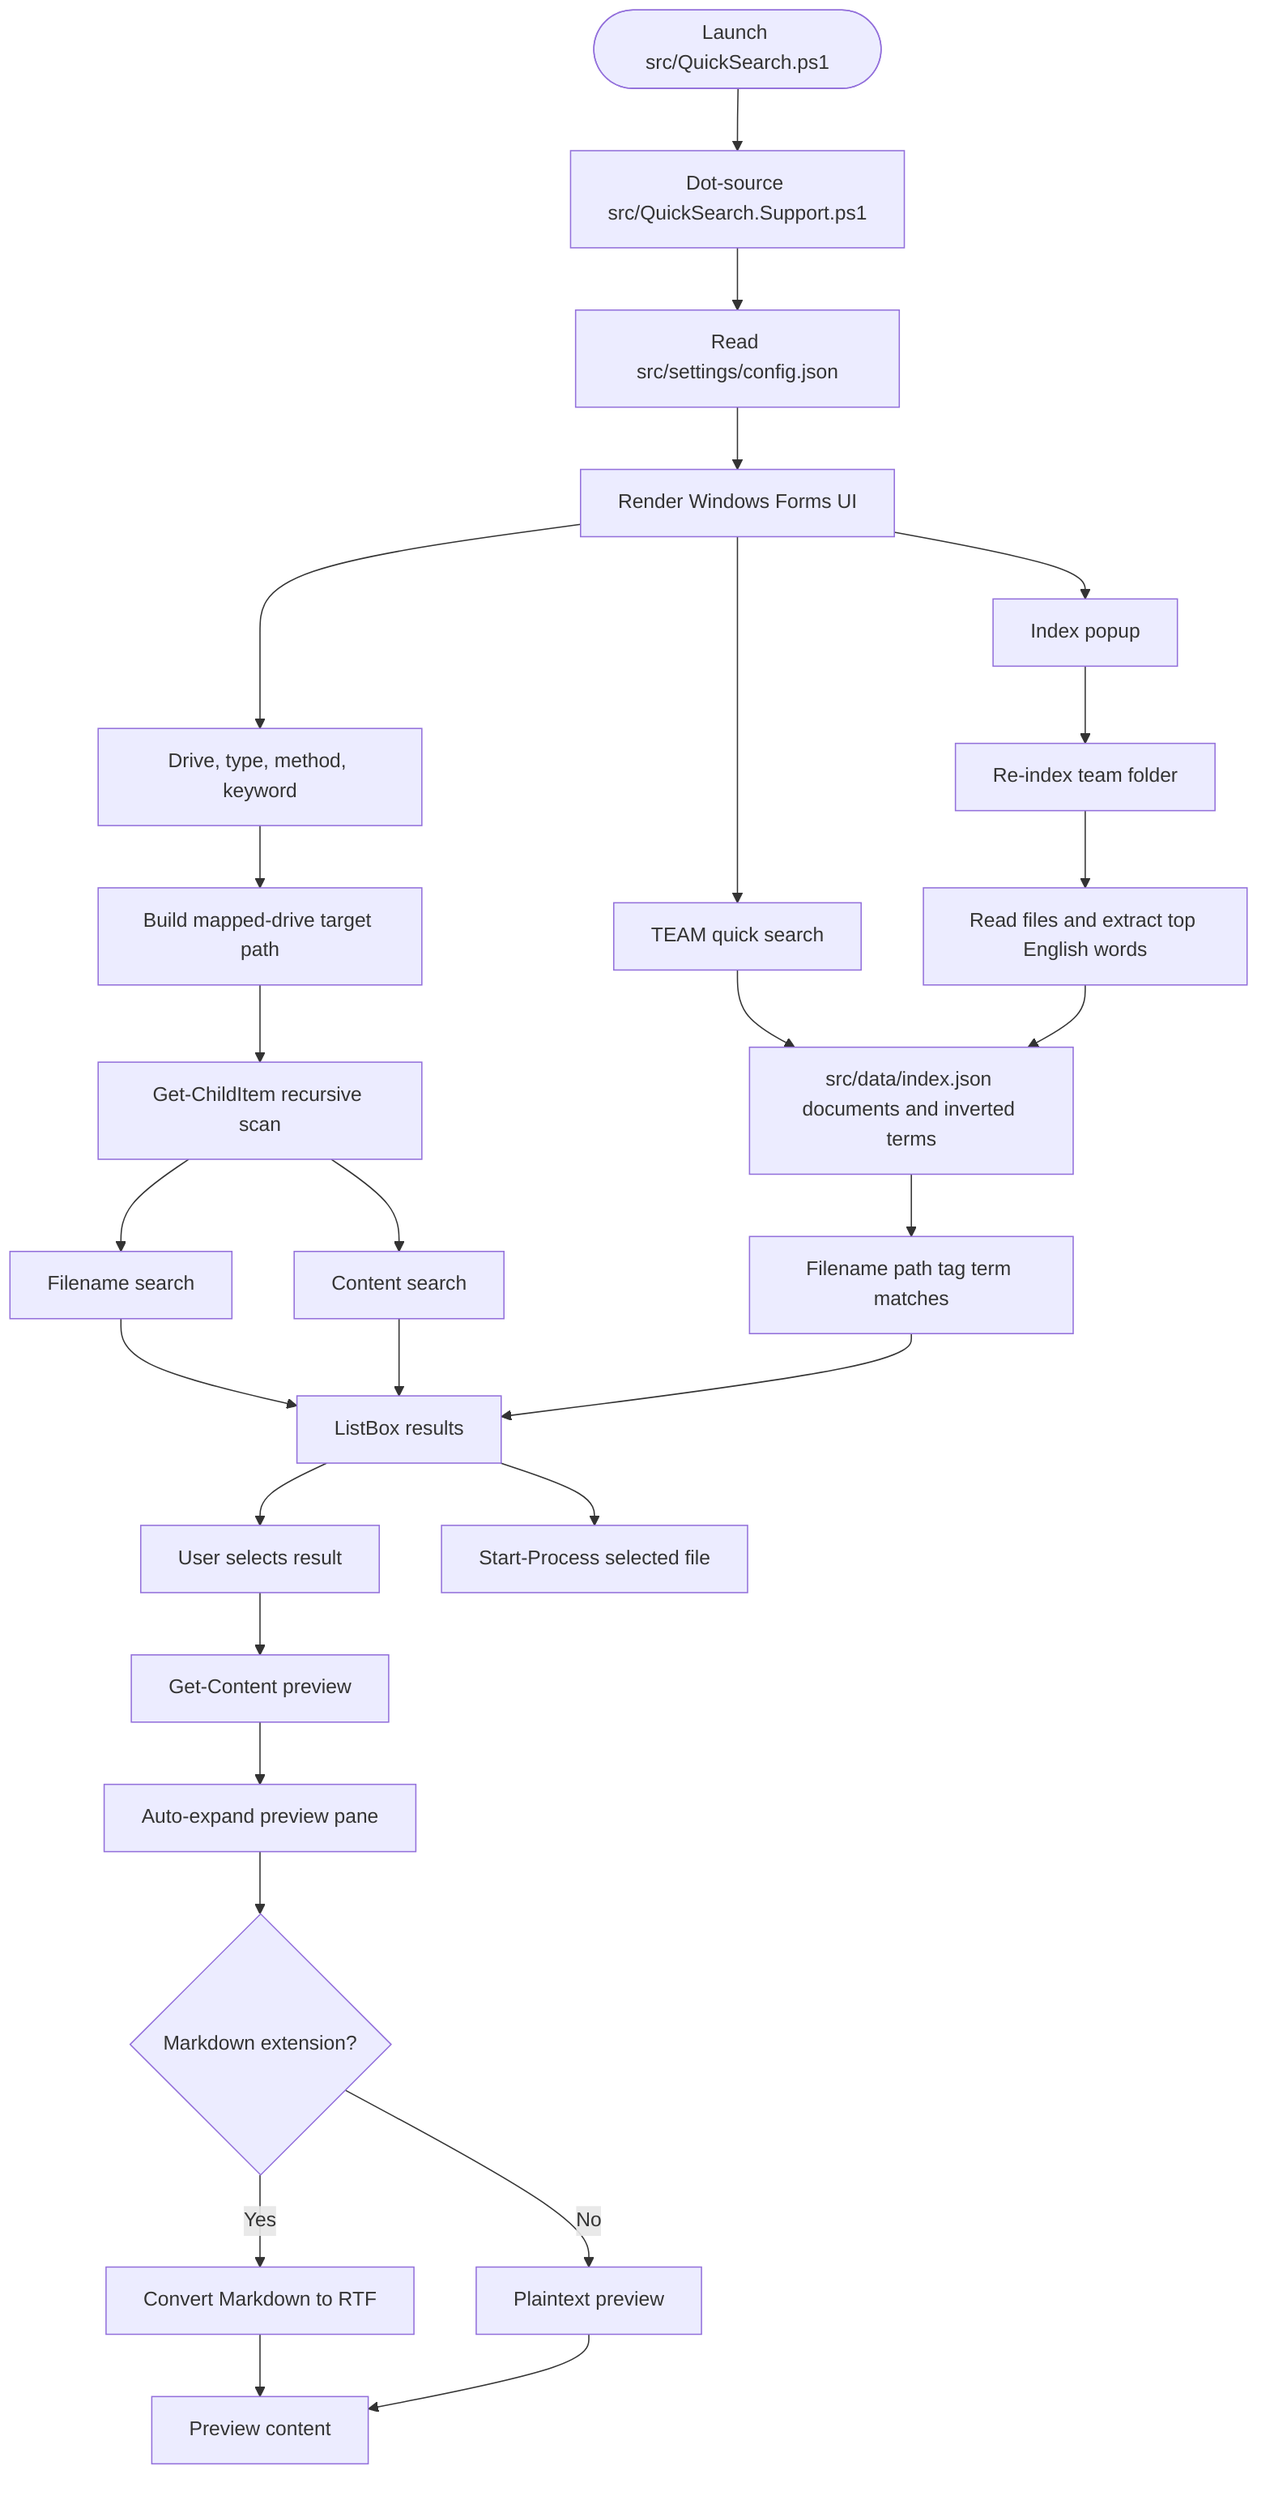
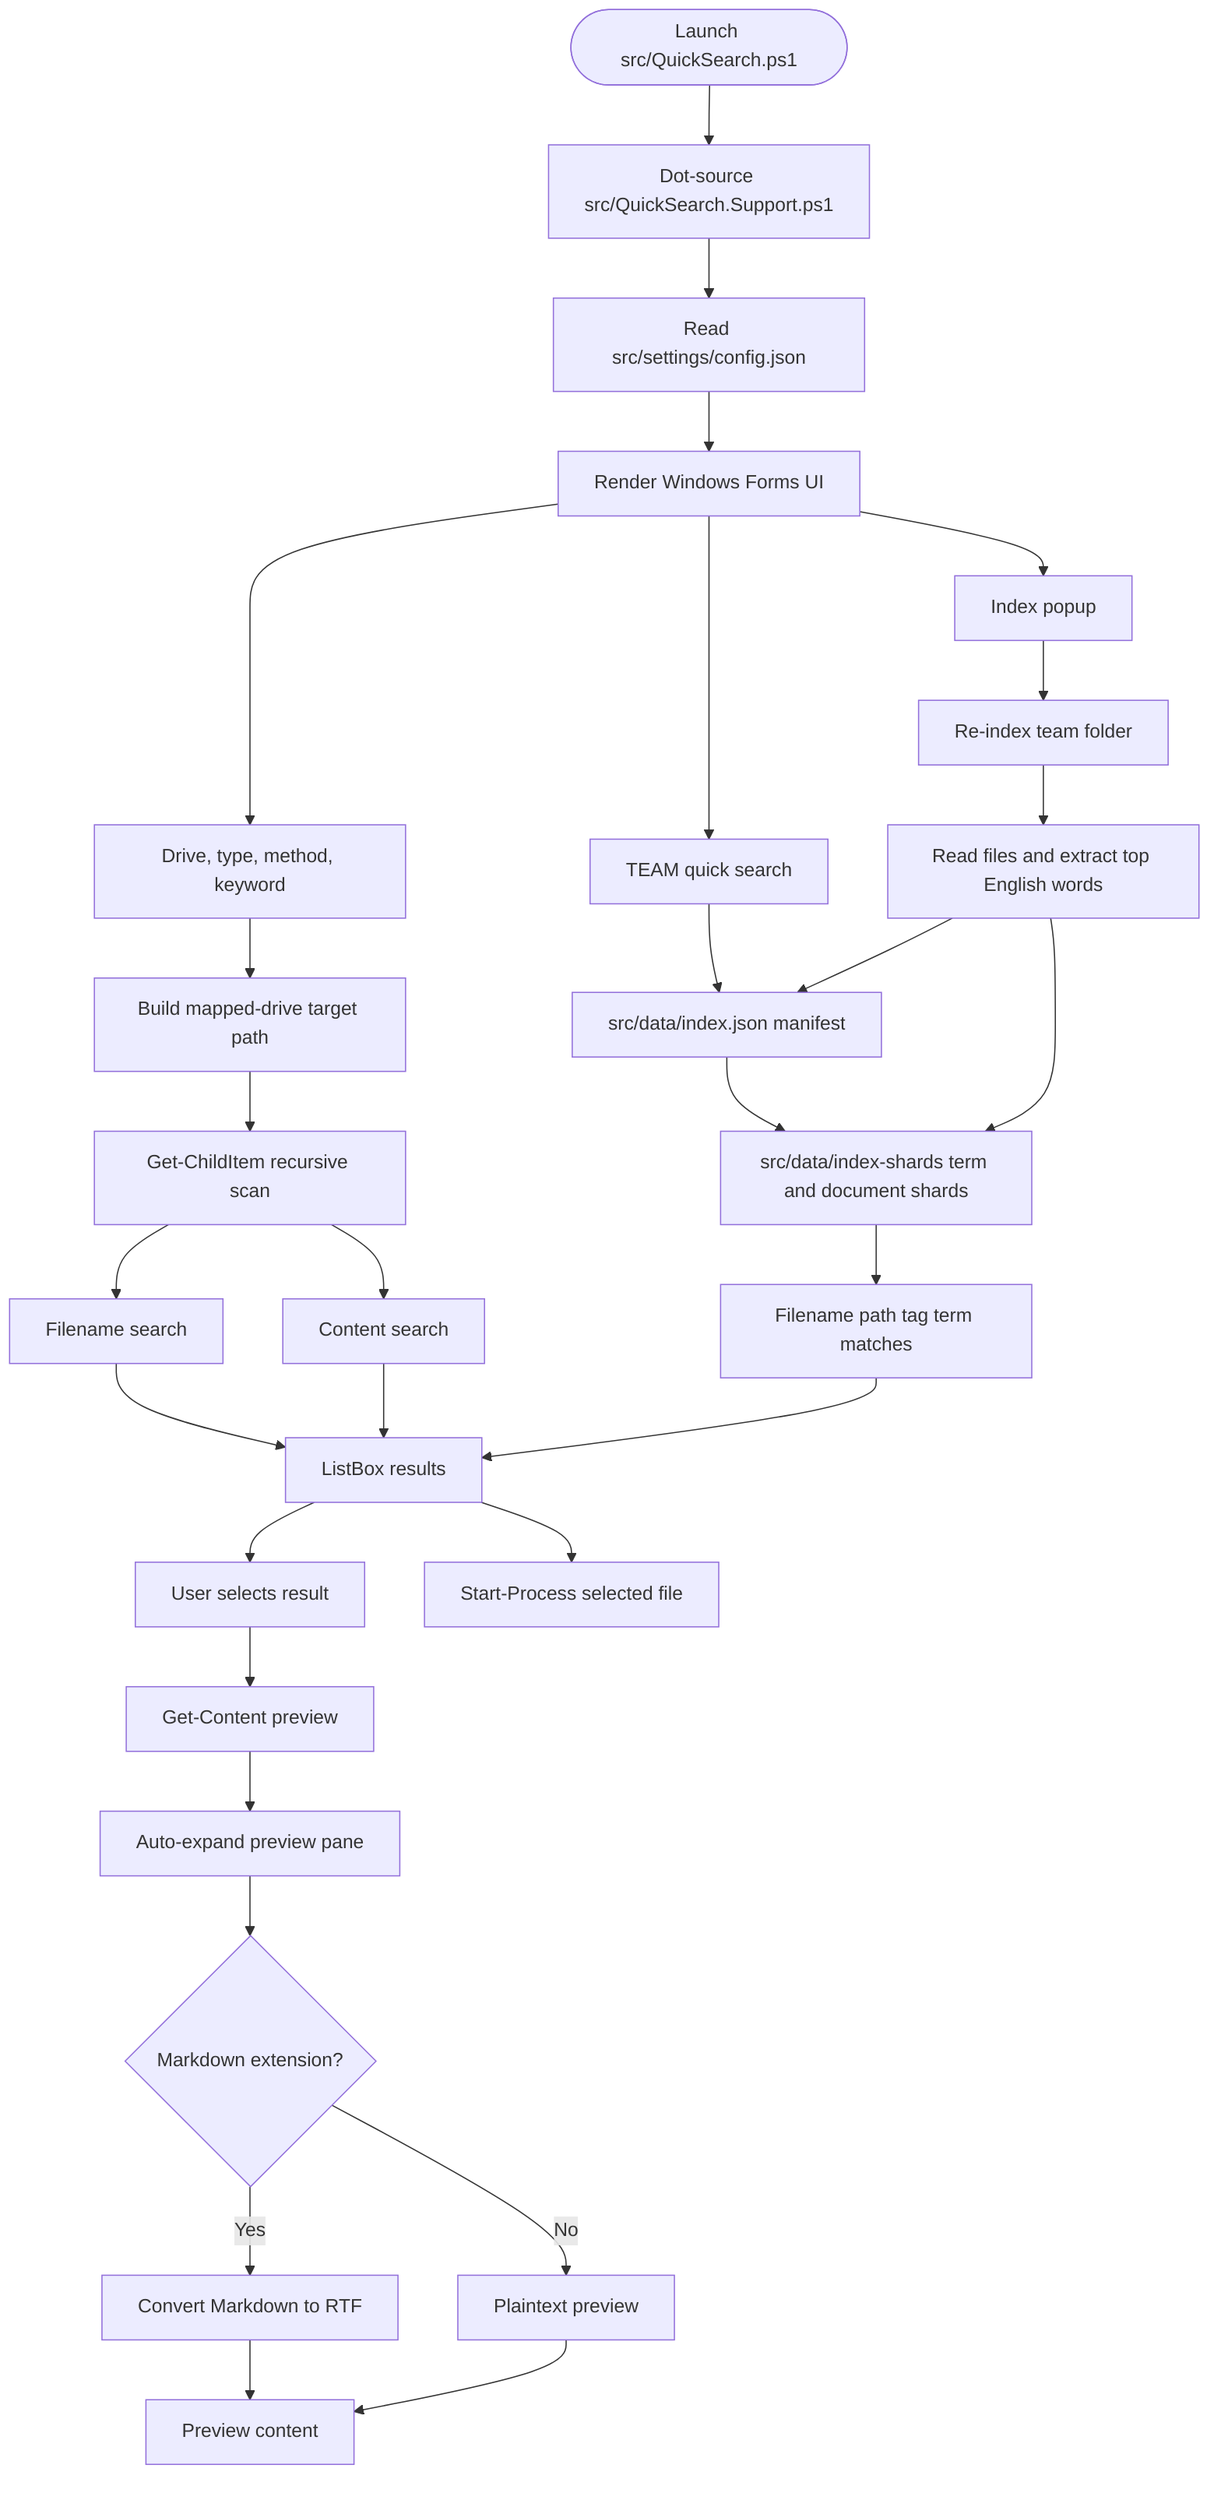
flowchart TD
  Start([Launch src/QuickSearch.ps1]) --> LoadSupport[Dot-source src/QuickSearch.Support.ps1]
  LoadSupport --> LoadConfig[Read src/settings/config.json]
  LoadConfig --> RenderUI[Render Windows Forms UI]
  RenderUI --> UserInput[Drive, type, method, keyword]
  UserInput --> BuildPath[Build mapped-drive target path]
  BuildPath --> FileScan[Get-ChildItem recursive scan]
  FileScan --> FilenameSearch[Filename search]
  FileScan --> ContentSearch[Content search]
  RenderUI --> TeamQuickSearch[TEAM quick search]
-   TeamQuickSearch --> RootIndex[src/data/index.json documents and inverted terms]
-   RootIndex --> IndexedMatches[Filename path tag term matches]
+   TeamQuickSearch --> RootIndex[src/data/index.json manifest]
+   RootIndex --> IndexShards[src/data/index-shards term and document shards]
+   IndexShards --> IndexedMatches[Filename path tag term matches]
  FilenameSearch --> Results[ListBox results]
  ContentSearch --> Results
  IndexedMatches --> Results
  Results --> SelectResult[User selects result]
  SelectResult --> ReadFile[Get-Content preview]
  ReadFile --> AutoExpand[Auto-expand preview pane]
  AutoExpand --> PreviewMode{Markdown extension?}
  PreviewMode -->|Yes| MarkdownRtf[Convert Markdown to RTF]
  PreviewMode -->|No| PlainText[Plaintext preview]
  MarkdownRtf --> Preview[Preview content]
  PlainText --> Preview
  Results --> OpenSelected[Start-Process selected file]
  RenderUI --> IndexPopup[Index popup]
  IndexPopup --> Reindex[Re-index team folder]
  Reindex --> TagExtraction[Read files and extract top English words]
  TagExtraction --> RootIndex
+   TagExtraction --> IndexShards
